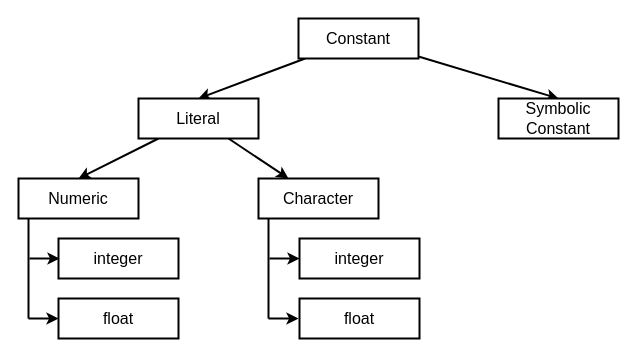
Above: constant.drawio in mzndnes/resume (draw.io), before the change. Source tidied: cells renumbered, new cells numbered last; positions are measured from the earlier drawing's top-left corner, leaving out a move shared by most shapes. Both pictures are drawn from the tidied source at 100%, with x=0, y=0 at pixel (18, 18).
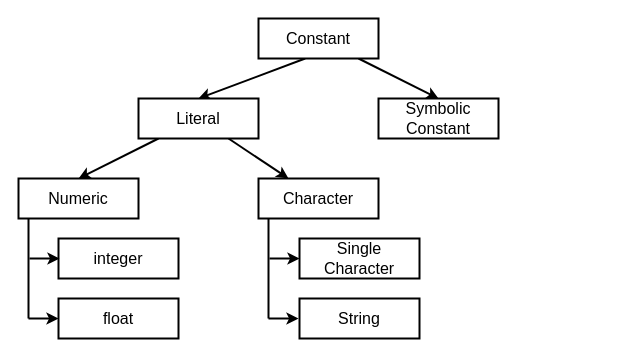
The same diagram, later.

Unchanged cells that the change refers to:
```xml
<mxCell id="7" value="Literal" style="rounded=0;whiteSpace=wrap;html=1;strokeWidth=2;fontSize=16;" parent="1" vertex="1">
  <mxGeometry x="120" y="80" width="120" height="40" as="geometry" />
</mxCell>
```

Diff of the diagram source:
```diff
@@
-    <mxCell id="2" style="rounded=0;jettySize=auto;html=1;entryX=0.5;entryY=0;entryDx=0;entryDy=0;strokeWidth=2;" parent="1" edge="1" source="4" target="7">
-      <mxGeometry relative="1" as="geometry" />
+    <mxCell id="2" style="rounded=0;jettySize=auto;html=1;entryX=0.5;entryY=0;entryDx=0;entryDy=0;strokeWidth=2;" parent="1" edge="1" target="7">
+      <mxGeometry relative="1" as="geometry">
+        <mxPoint x="286.7" y="40" as="sourcePoint" />
+      </mxGeometry>
     </mxCell>
@@
     <mxCell id="4" value="Constant" style="rounded=0;whiteSpace=wrap;html=1;strokeWidth=2;fontSize=16;" parent="1" vertex="1">
-      <mxGeometry x="280" width="120" height="40" as="geometry" />
+      <mxGeometry x="240" width="120" height="40" as="geometry" />
     </mxCell>
@@
     <mxCell id="8" value="Symbolic Constant" style="rounded=0;whiteSpace=wrap;html=1;strokeWidth=2;fontSize=16;" parent="1" vertex="1">
-      <mxGeometry x="480" y="80" width="120" height="40" as="geometry" />
+      <mxGeometry x="360" y="80" width="120" height="40" as="geometry" />
     </mxCell>
@@
-    <mxCell id="13" value="integer" style="rounded=0;whiteSpace=wrap;html=1;strokeWidth=2;fontSize=16;" parent="1" vertex="1">
+    <mxCell id="13" value="Single Character" style="rounded=0;whiteSpace=wrap;html=1;strokeWidth=2;fontSize=16;" parent="1" vertex="1">
       <mxGeometry x="281" y="220" width="120" height="40" as="geometry" />
     </mxCell>
-    <mxCell id="14" value="float" style="rounded=0;whiteSpace=wrap;html=1;strokeWidth=2;fontSize=16;" parent="1" vertex="1">
+    <mxCell id="14" value="String" style="rounded=0;whiteSpace=wrap;html=1;strokeWidth=2;fontSize=16;" parent="1" vertex="1">
       <mxGeometry x="281" y="280" width="120" height="40" as="geometry" />
     </mxCell>
```
